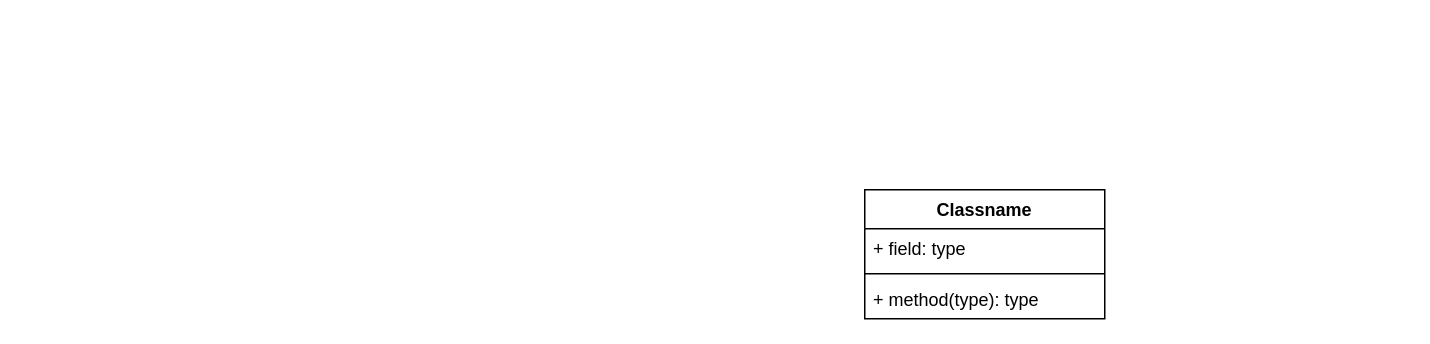
Above: alldat.drawio in hyeon95y/alldat (draw.io), before the change. Source tidied: cells renumbered, new cells numbered last; positions are measured from the earlier drawing's top-left corner, leaving out a move shared by most shapes. Both pictures are drawn from the tidied source at 150%, with x=0, y=0 at pixel (864, 189).
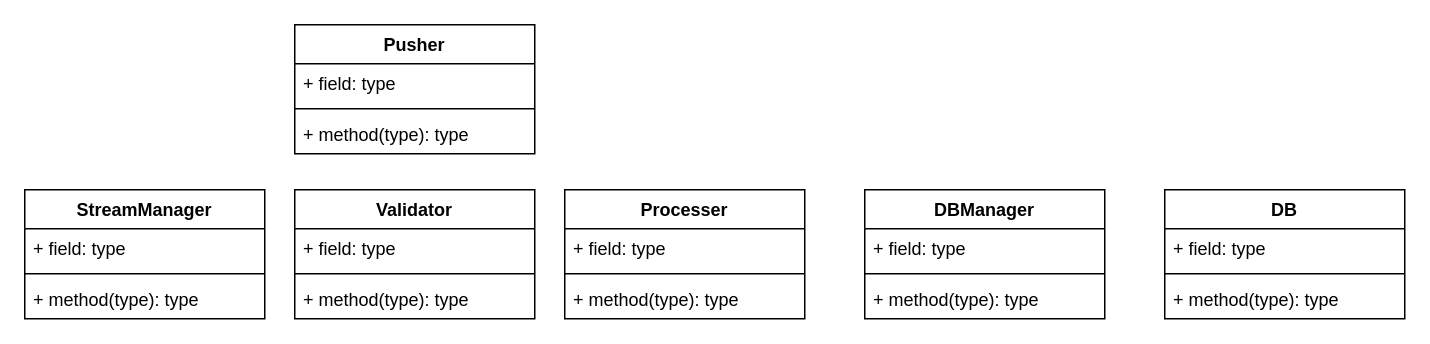
The same diagram, later.

Diff of the diagram source:
```diff
@@
-    <mxCell id="2" value="Classname" style="swimlane;fontStyle=1;align=center;verticalAlign=top;horizontal=1;startSize=26;" parent="1" vertex="1">
+    <mxCell id="2" value="DBManager&#10;" style="swimlane;fontStyle=1;align=center;verticalAlign=top;horizontal=1;startSize=26;" parent="1" vertex="1">
       <mxGeometry width="160" height="86" as="geometry" />
     </mxCell>
@@
+    <mxCell id="6" value="StreamManager" style="swimlane;fontStyle=1;align=center;verticalAlign=top;horizontal=1;startSize=26;" parent="1" vertex="1">
+      <mxGeometry x="-560" width="160" height="86" as="geometry" />
+    </mxCell>
+    <mxCell id="7" value="+ field: type" style="text;strokeColor=none;fillColor=none;align=left;verticalAlign=top;spacingLeft=4;spacingRight=4;overflow=hidden;" parent="6" vertex="1">
+      <mxGeometry y="26" width="160" height="26" as="geometry" />
+    </mxCell>
+    <mxCell id="8" style="line;strokeWidth=1;fillColor=none;align=left;verticalAlign=middle;spacingTop=-1;spacingLeft=3;spacingRight=3;labelPosition=right;" parent="6" vertex="1">
+      <mxGeometry y="52" width="160" height="8" as="geometry" />
+    </mxCell>
+    <mxCell id="9" value="+ method(type): type" style="text;strokeColor=none;fillColor=none;align=left;verticalAlign=top;spacingLeft=4;spacingRight=4;overflow=hidden;" parent="6" vertex="1">
+      <mxGeometry y="60" width="160" height="26" as="geometry" />
+    </mxCell>
+    <mxCell id="10" value="Validator" style="swimlane;fontStyle=1;align=center;verticalAlign=top;horizontal=1;startSize=26;" parent="1" vertex="1">
+      <mxGeometry x="-380" width="160" height="86" as="geometry" />
+    </mxCell>
+    <mxCell id="11" value="+ field: type" style="text;strokeColor=none;fillColor=none;align=left;verticalAlign=top;spacingLeft=4;spacingRight=4;overflow=hidden;" parent="10" vertex="1">
+      <mxGeometry y="26" width="160" height="26" as="geometry" />
+    </mxCell>
+    <mxCell id="12" style="line;strokeWidth=1;fillColor=none;align=left;verticalAlign=middle;spacingTop=-1;spacingLeft=3;spacingRight=3;labelPosition=right;" parent="10" vertex="1">
+      <mxGeometry y="52" width="160" height="8" as="geometry" />
+    </mxCell>
+    <mxCell id="13" value="+ method(type): type" style="text;strokeColor=none;fillColor=none;align=left;verticalAlign=top;spacingLeft=4;spacingRight=4;overflow=hidden;" parent="10" vertex="1">
+      <mxGeometry y="60" width="160" height="26" as="geometry" />
+    </mxCell>
+    <mxCell id="14" value="Pusher" style="swimlane;fontStyle=1;align=center;verticalAlign=top;horizontal=1;startSize=26;" parent="1" vertex="1">
+      <mxGeometry x="-380" y="-110" width="160" height="86" as="geometry" />
+    </mxCell>
+    <mxCell id="15" value="+ field: type" style="text;strokeColor=none;fillColor=none;align=left;verticalAlign=top;spacingLeft=4;spacingRight=4;overflow=hidden;" parent="14" vertex="1">
+      <mxGeometry y="26" width="160" height="26" as="geometry" />
+    </mxCell>
+    <mxCell id="16" style="line;strokeWidth=1;fillColor=none;align=left;verticalAlign=middle;spacingTop=-1;spacingLeft=3;spacingRight=3;labelPosition=right;" parent="14" vertex="1">
+      <mxGeometry y="52" width="160" height="8" as="geometry" />
+    </mxCell>
+    <mxCell id="17" value="+ method(type): type" style="text;strokeColor=none;fillColor=none;align=left;verticalAlign=top;spacingLeft=4;spacingRight=4;overflow=hidden;" parent="14" vertex="1">
+      <mxGeometry y="60" width="160" height="26" as="geometry" />
+    </mxCell>
+    <mxCell id="18" value="DB" style="swimlane;fontStyle=1;align=center;verticalAlign=top;horizontal=1;startSize=26;" parent="1" vertex="1">
+      <mxGeometry x="200" width="160" height="86" as="geometry" />
+    </mxCell>
+    <mxCell id="19" value="+ field: type" style="text;strokeColor=none;fillColor=none;align=left;verticalAlign=top;spacingLeft=4;spacingRight=4;overflow=hidden;" parent="18" vertex="1">
+      <mxGeometry y="26" width="160" height="26" as="geometry" />
+    </mxCell>
+    <mxCell id="20" style="line;strokeWidth=1;fillColor=none;align=left;verticalAlign=middle;spacingTop=-1;spacingLeft=3;spacingRight=3;labelPosition=right;" parent="18" vertex="1">
+      <mxGeometry y="52" width="160" height="8" as="geometry" />
+    </mxCell>
+    <mxCell id="21" value="+ method(type): type" style="text;strokeColor=none;fillColor=none;align=left;verticalAlign=top;spacingLeft=4;spacingRight=4;overflow=hidden;" parent="18" vertex="1">
+      <mxGeometry y="60" width="160" height="26" as="geometry" />
+    </mxCell>
+    <mxCell id="22" value="Processer" style="swimlane;fontStyle=1;align=center;verticalAlign=top;horizontal=1;startSize=26;" parent="1" vertex="1">
+      <mxGeometry x="-200" width="160" height="86" as="geometry" />
+    </mxCell>
+    <mxCell id="23" value="+ field: type" style="text;strokeColor=none;fillColor=none;align=left;verticalAlign=top;spacingLeft=4;spacingRight=4;overflow=hidden;" parent="22" vertex="1">
+      <mxGeometry y="26" width="160" height="26" as="geometry" />
+    </mxCell>
+    <mxCell id="24" style="line;strokeWidth=1;fillColor=none;align=left;verticalAlign=middle;spacingTop=-1;spacingLeft=3;spacingRight=3;labelPosition=right;" parent="22" vertex="1">
+      <mxGeometry y="52" width="160" height="8" as="geometry" />
+    </mxCell>
+    <mxCell id="25" value="+ method(type): type" style="text;strokeColor=none;fillColor=none;align=left;verticalAlign=top;spacingLeft=4;spacingRight=4;overflow=hidden;" parent="22" vertex="1">
+      <mxGeometry y="60" width="160" height="26" as="geometry" />
+    </mxCell>
```
